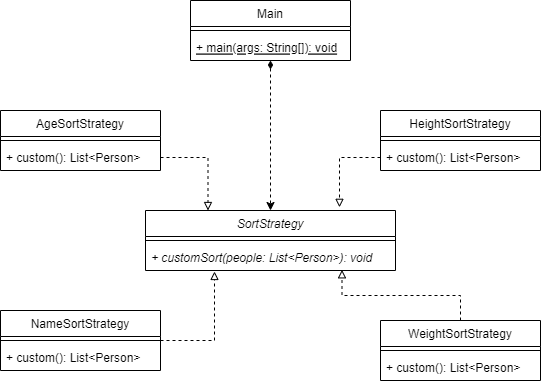
The draw.io diagram lab11/Lab11UML.png in MashMaleLLO/SoftArc, before a commit. Source tidied: cells renumbered, new cells last; positions are measured from the earlier drawing's top-left corner, leaving out a move shared by most shapes.
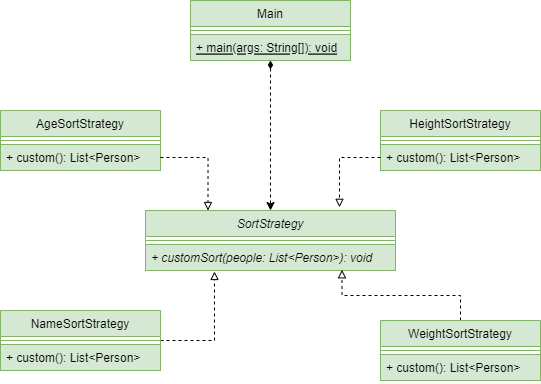
After the change.

Diff of the diagram source:
```diff
@@ -2,46 +2,46 @@
   <root>
     <mxCell id="0" />
     <mxCell id="1" parent="0" />
-    <mxCell id="2" value="SortStrategy" style="swimlane;fontStyle=2;align=center;verticalAlign=top;horizontal=1;startSize=26;" parent="1" vertex="1">
+    <mxCell id="2" value="SortStrategy" style="swimlane;fontStyle=2;align=center;verticalAlign=top;horizontal=1;startSize=26;fillColor=#d5e8d4;strokeColor=#82b366;" parent="1" vertex="1">
       <mxGeometry x="145" y="210" width="250" height="60" as="geometry" />
     </mxCell>
-    <mxCell id="3" style="line;strokeWidth=1;fillColor=none;align=left;verticalAlign=middle;spacingTop=-1;spacingLeft=3;spacingRight=3;labelPosition=right;" parent="2" vertex="1">
+    <mxCell id="3" style="line;strokeWidth=1;fillColor=#d5e8d4;align=left;verticalAlign=middle;spacingTop=-1;spacingLeft=3;spacingRight=3;labelPosition=right;strokeColor=#82b366;" parent="2" vertex="1">
       <mxGeometry y="26" width="250" height="8" as="geometry" />
     </mxCell>
-    <mxCell id="4" value="+ customSort(people: List&lt;Person&gt;): void" style="text;strokeColor=none;fillColor=none;align=left;verticalAlign=top;spacingLeft=4;spacingRight=4;overflow=hidden;points=[[0,0.5],[1,0.5]];portConstraint=eastwest;fontStyle=2;" parent="2" vertex="1">
+    <mxCell id="4" value="+ customSort(people: List&lt;Person&gt;): void" style="text;strokeColor=#82b366;fillColor=#d5e8d4;align=left;verticalAlign=top;spacingLeft=4;spacingRight=4;overflow=hidden;points=[[0,0.5],[1,0.5]];portConstraint=eastwest;fontStyle=2;" parent="2" vertex="1">
       <mxGeometry y="34" width="250" height="26" as="geometry" />
     </mxCell>
     <mxCell id="5" style="edgeStyle=orthogonalEdgeStyle;rounded=0;jettySize=auto;html=1;entryX=0.5;entryY=0;entryDx=0;entryDy=0;dashed=1;startArrow=diamondThin;startFill=1;" parent="1" edge="1" source="6" target="2">
       <mxGeometry relative="1" as="geometry" />
     </mxCell>
-    <mxCell id="6" value="Main" style="swimlane;fontStyle=0;align=center;verticalAlign=top;horizontal=1;startSize=26;" parent="1" vertex="1">
+    <mxCell id="6" value="Main" style="swimlane;fontStyle=0;align=center;verticalAlign=top;horizontal=1;startSize=26;fillColor=#d5e8d4;strokeColor=#82b366;" parent="1" vertex="1">
       <mxGeometry x="190" width="160" height="60" as="geometry" />
     </mxCell>
-    <mxCell id="7" style="line;strokeWidth=1;fillColor=none;align=left;verticalAlign=middle;spacingTop=-1;spacingLeft=3;spacingRight=3;labelPosition=right;" parent="6" vertex="1">
+    <mxCell id="7" style="line;strokeWidth=1;fillColor=#d5e8d4;align=left;verticalAlign=middle;spacingTop=-1;spacingLeft=3;spacingRight=3;labelPosition=right;strokeColor=#82b366;" parent="6" vertex="1">
       <mxGeometry y="26" width="160" height="8" as="geometry" />
     </mxCell>
-    <mxCell id="8" value="+ main(args: String[]): void" style="text;strokeColor=none;fillColor=none;align=left;verticalAlign=top;spacingLeft=4;spacingRight=4;overflow=hidden;fontStyle=4;" parent="6" vertex="1">
+    <mxCell id="8" value="+ main(args: String[]): void" style="text;strokeColor=#82b366;fillColor=#d5e8d4;align=left;verticalAlign=top;spacingLeft=4;spacingRight=4;overflow=hidden;fontStyle=4;" parent="6" vertex="1">
       <mxGeometry y="34" width="160" height="26" as="geometry" />
     </mxCell>
-    <mxCell id="9" value="AgeSortStrategy" style="swimlane;fontStyle=0;align=center;verticalAlign=top;horizontal=1;startSize=26;" parent="1" vertex="1">
+    <mxCell id="9" value="AgeSortStrategy" style="swimlane;fontStyle=0;align=center;verticalAlign=top;horizontal=1;startSize=26;fillColor=#d5e8d4;strokeColor=#82b366;" parent="1" vertex="1">
       <mxGeometry y="110" width="160" height="60" as="geometry" />
     </mxCell>
-    <mxCell id="10" style="line;strokeWidth=1;fillColor=none;align=left;verticalAlign=middle;spacingTop=-1;spacingLeft=3;spacingRight=3;labelPosition=right;" parent="9" vertex="1">
+    <mxCell id="10" style="line;strokeWidth=1;fillColor=#d5e8d4;align=left;verticalAlign=middle;spacingTop=-1;spacingLeft=3;spacingRight=3;labelPosition=right;strokeColor=#82b366;" parent="9" vertex="1">
       <mxGeometry y="26" width="160" height="8" as="geometry" />
     </mxCell>
-    <mxCell id="11" value="+ custom(): List&lt;Person&gt;" style="text;strokeColor=none;fillColor=none;align=left;verticalAlign=top;spacingLeft=4;spacingRight=4;overflow=hidden;points=[[0,0.5],[1,0.5]];portConstraint=eastwest;fontStyle=0;" parent="9" vertex="1">
+    <mxCell id="11" value="+ custom(): List&lt;Person&gt;" style="text;strokeColor=#82b366;fillColor=#d5e8d4;align=left;verticalAlign=top;spacingLeft=4;spacingRight=4;overflow=hidden;points=[[0,0.5],[1,0.5]];portConstraint=eastwest;fontStyle=0;" parent="9" vertex="1">
       <mxGeometry y="34" width="160" height="26" as="geometry" />
     </mxCell>
     <mxCell id="12" style="edgeStyle=orthogonalEdgeStyle;rounded=0;jettySize=auto;html=1;exitX=1;exitY=0.5;exitDx=0;exitDy=0;entryX=0.25;entryY=0;entryDx=0;entryDy=0;dashed=1;startArrow=none;startFill=0;endArrow=block;endFill=0;" parent="1" edge="1" source="11" target="2">
       <mxGeometry relative="1" as="geometry" />
     </mxCell>
-    <mxCell id="13" value="HeightSortStrategy" style="swimlane;fontStyle=0;align=center;verticalAlign=top;horizontal=1;startSize=26;" parent="1" vertex="1">
+    <mxCell id="13" value="HeightSortStrategy" style="swimlane;fontStyle=0;align=center;verticalAlign=top;horizontal=1;startSize=26;fillColor=#d5e8d4;strokeColor=#82b366;" parent="1" vertex="1">
       <mxGeometry x="380" y="110" width="160" height="60" as="geometry" />
     </mxCell>
-    <mxCell id="14" style="line;strokeWidth=1;fillColor=none;align=left;verticalAlign=middle;spacingTop=-1;spacingLeft=3;spacingRight=3;labelPosition=right;" parent="13" vertex="1">
+    <mxCell id="14" style="line;strokeWidth=1;fillColor=#d5e8d4;align=left;verticalAlign=middle;spacingTop=-1;spacingLeft=3;spacingRight=3;labelPosition=right;strokeColor=#82b366;" parent="13" vertex="1">
       <mxGeometry y="26" width="160" height="8" as="geometry" />
     </mxCell>
-    <mxCell id="15" value="+ custom(): List&lt;Person&gt;" style="text;strokeColor=none;fillColor=none;align=left;verticalAlign=top;spacingLeft=4;spacingRight=4;overflow=hidden;points=[[0,0.5],[1,0.5]];portConstraint=eastwest;fontStyle=0;" parent="13" vertex="1">
+    <mxCell id="15" value="+ custom(): List&lt;Person&gt;" style="text;strokeColor=#82b366;fillColor=#d5e8d4;align=left;verticalAlign=top;spacingLeft=4;spacingRight=4;overflow=hidden;points=[[0,0.5],[1,0.5]];portConstraint=eastwest;fontStyle=0;" parent="13" vertex="1">
       <mxGeometry y="34" width="160" height="26" as="geometry" />
     </mxCell>
     <mxCell id="16" style="edgeStyle=orthogonalEdgeStyle;rounded=0;jettySize=auto;html=1;exitX=0;exitY=0.5;exitDx=0;exitDy=0;entryX=0.776;entryY=-0.053;entryDx=0;entryDy=0;entryPerimeter=0;dashed=1;startArrow=none;startFill=0;endArrow=block;endFill=0;" parent="1" edge="1" source="15" target="2">
@@ -50,25 +50,25 @@
     <mxCell id="17" style="edgeStyle=orthogonalEdgeStyle;rounded=0;jettySize=auto;html=1;exitX=1;exitY=0.5;exitDx=0;exitDy=0;entryX=0.276;entryY=1.038;entryDx=0;entryDy=0;entryPerimeter=0;dashed=1;startArrow=none;startFill=0;endArrow=block;endFill=0;" parent="1" edge="1" source="18" target="4">
       <mxGeometry relative="1" as="geometry" />
     </mxCell>
-    <mxCell id="18" value="NameSortStrategy" style="swimlane;fontStyle=0;align=center;verticalAlign=top;horizontal=1;startSize=26;" parent="1" vertex="1">
+    <mxCell id="18" value="NameSortStrategy" style="swimlane;fontStyle=0;align=center;verticalAlign=top;horizontal=1;startSize=26;fillColor=#d5e8d4;strokeColor=#82b366;" parent="1" vertex="1">
       <mxGeometry y="310" width="160" height="60" as="geometry" />
     </mxCell>
-    <mxCell id="19" style="line;strokeWidth=1;fillColor=none;align=left;verticalAlign=middle;spacingTop=-1;spacingLeft=3;spacingRight=3;labelPosition=right;" parent="18" vertex="1">
+    <mxCell id="19" style="line;strokeWidth=1;fillColor=#d5e8d4;align=left;verticalAlign=middle;spacingTop=-1;spacingLeft=3;spacingRight=3;labelPosition=right;strokeColor=#82b366;" parent="18" vertex="1">
       <mxGeometry y="26" width="160" height="8" as="geometry" />
     </mxCell>
-    <mxCell id="20" value="+ custom(): List&lt;Person&gt;" style="text;strokeColor=none;fillColor=none;align=left;verticalAlign=top;spacingLeft=4;spacingRight=4;overflow=hidden;fontStyle=0;" parent="18" vertex="1">
+    <mxCell id="20" value="+ custom(): List&lt;Person&gt;" style="text;strokeColor=#82b366;fillColor=#d5e8d4;align=left;verticalAlign=top;spacingLeft=4;spacingRight=4;overflow=hidden;fontStyle=0;" parent="18" vertex="1">
       <mxGeometry y="34" width="160" height="26" as="geometry" />
     </mxCell>
     <mxCell id="21" style="edgeStyle=orthogonalEdgeStyle;rounded=0;jettySize=auto;html=1;entryX=0.786;entryY=0.974;entryDx=0;entryDy=0;entryPerimeter=0;dashed=1;startArrow=none;startFill=0;endArrow=block;endFill=0;" parent="1" edge="1" source="22" target="4">
       <mxGeometry relative="1" as="geometry" />
     </mxCell>
-    <mxCell id="22" value="WeightSortStrategy" style="swimlane;fontStyle=0;align=center;verticalAlign=top;horizontal=1;startSize=26;" parent="1" vertex="1">
+    <mxCell id="22" value="WeightSortStrategy" style="swimlane;fontStyle=0;align=center;verticalAlign=top;horizontal=1;startSize=26;fillColor=#d5e8d4;strokeColor=#82b366;" parent="1" vertex="1">
       <mxGeometry x="380" y="320" width="160" height="60" as="geometry" />
     </mxCell>
-    <mxCell id="23" style="line;strokeWidth=1;fillColor=none;align=left;verticalAlign=middle;spacingTop=-1;spacingLeft=3;spacingRight=3;labelPosition=right;" parent="22" vertex="1">
+    <mxCell id="23" style="line;strokeWidth=1;fillColor=#d5e8d4;align=left;verticalAlign=middle;spacingTop=-1;spacingLeft=3;spacingRight=3;labelPosition=right;strokeColor=#82b366;" parent="22" vertex="1">
       <mxGeometry y="26" width="160" height="8" as="geometry" />
     </mxCell>
-    <mxCell id="24" value="+ custom(): List&lt;Person&gt;" style="text;strokeColor=none;fillColor=none;align=left;verticalAlign=top;spacingLeft=4;spacingRight=4;overflow=hidden;fontStyle=0;" parent="22" vertex="1">
+    <mxCell id="24" value="+ custom(): List&lt;Person&gt;" style="text;strokeColor=#82b366;fillColor=#d5e8d4;align=left;verticalAlign=top;spacingLeft=4;spacingRight=4;overflow=hidden;fontStyle=0;" parent="22" vertex="1">
       <mxGeometry y="34" width="160" height="26" as="geometry" />
     </mxCell>
   </root>
```
